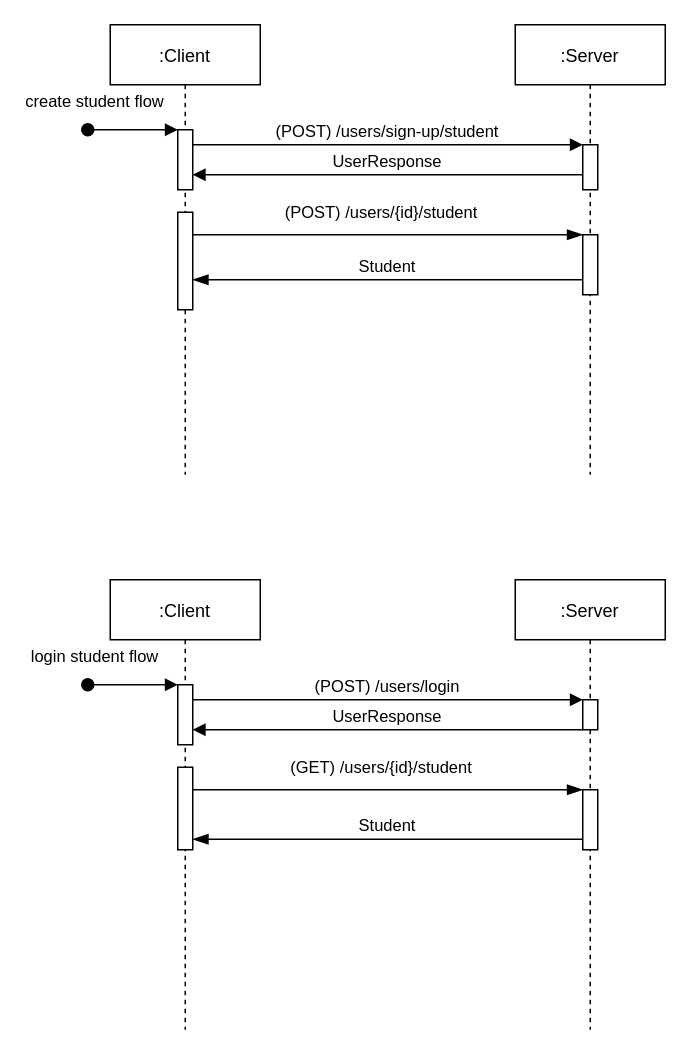
The draw.io diagram page "Client-Server sequence" (2 of 2) of docs/diagrams.drawio in Ami13F/InternLink, before the edit. Source tidied: cells renumbered, new cells numbered last; positions are measured from the earlier drawing's top-left corner, leaving out a move shared by most shapes. Both pictures are drawn from the tidied source at 150%, with x=0, y=0 at pixel (87, 24).
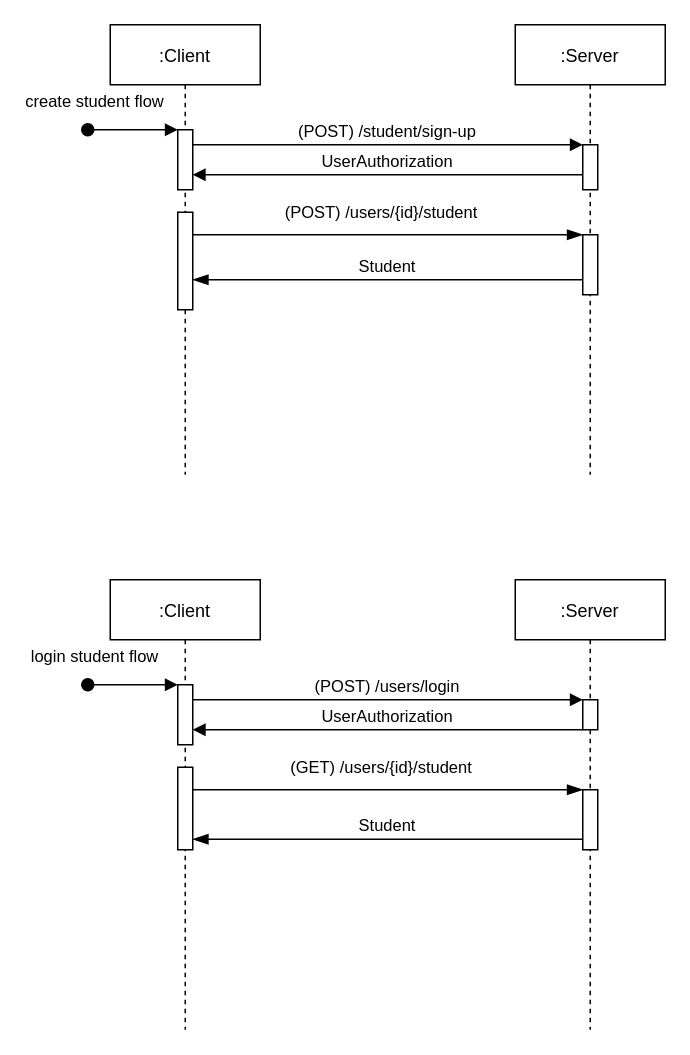
Above is the later version.

The change refers to these unchanged cells:
```xml
<mxCell id="3" style="points=[];perimeter=orthogonalPerimeter;rounded=0;shadow=0;strokeWidth=1;" parent="2" vertex="1">
  <mxGeometry x="45" y="70" width="10" height="40" as="geometry" />
</mxCell>
<mxCell id="7" style="points=[];perimeter=orthogonalPerimeter;rounded=0;shadow=0;strokeWidth=1;" parent="6" vertex="1">
  <mxGeometry x="45" y="80" width="10" height="20" as="geometry" />
</mxCell>
<mxCell id="13" style="points=[];perimeter=orthogonalPerimeter;rounded=0;shadow=0;strokeWidth=1;" parent="12" vertex="1">
  <mxGeometry x="45" y="70" width="10" height="40" as="geometry" />
</mxCell>
<mxCell id="17" style="points=[];perimeter=orthogonalPerimeter;rounded=0;shadow=0;strokeWidth=1;" parent="16" vertex="1">
  <mxGeometry x="45" y="80" width="10" height="30" as="geometry" />
</mxCell>
```

The edit, as a diff of the source:
```diff
@@
-    <mxCell id="10" value="UserResponse" style="verticalAlign=bottom;endArrow=block;shadow=0;strokeWidth=1;" parent="1" edge="1" source="7" target="3">
+    <mxCell id="10" value="UserAuthorization" style="verticalAlign=bottom;endArrow=block;shadow=0;strokeWidth=1;" parent="1" edge="1" source="7" target="3">
       <mxGeometry relative="1" as="geometry">
         <Array as="points">
           <mxPoint x="265" y="470" />
         </Array>
       </mxGeometry>
     </mxCell>
@@
-    <mxCell id="20" value="(POST) /users/sign-up/student" style="verticalAlign=bottom;endArrow=block;entryX=0;entryY=0;shadow=0;strokeWidth=1;" parent="1" edge="1" source="13" target="17">
+    <mxCell id="20" value="(POST) /student/sign-up" style="verticalAlign=bottom;endArrow=block;entryX=0;entryY=0;shadow=0;strokeWidth=1;" parent="1" edge="1" source="13" target="17">
       <mxGeometry relative="1" as="geometry" />
     </mxCell>
-    <mxCell id="21" value="UserResponse" style="verticalAlign=bottom;endArrow=block;shadow=0;strokeWidth=1;" parent="1" edge="1" source="17" target="13">
+    <mxCell id="21" value="UserAuthorization" style="verticalAlign=bottom;endArrow=block;shadow=0;strokeWidth=1;" parent="1" edge="1" source="17" target="13">
       <mxGeometry relative="1" as="geometry">
         <Array as="points">
           <mxPoint x="255" y="100" />
         </Array>
       </mxGeometry>
     </mxCell>
```
